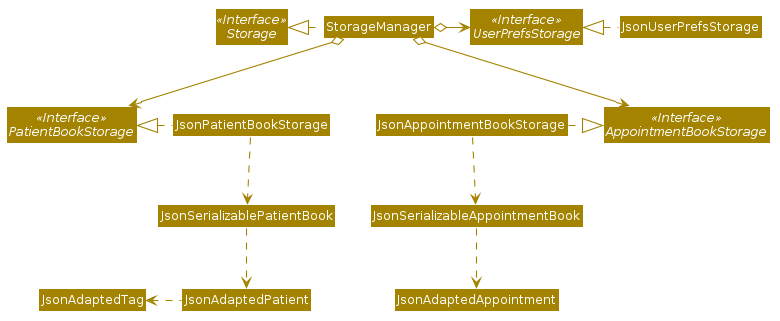
The PlantUML diagram docs/images/StorageClassDiagram.png in xz0127/tp, before a commit. Its diagram source:
```plantuml
@startuml








skinparam BackgroundColor #FFFFFFF

skinparam Shadowing false

skinparam Class {
    FontColor #FFFFFF
    BorderThickness 1
    BorderColor #FFFFFF
    StereotypeFontColor #FFFFFF
    FontName Arial
}

skinparam Actor {
    BorderColor #000000
    Color #000000
    FontName Arial
}

skinparam Sequence {
    MessageAlign center
    BoxFontSize 15
    BoxPadding 0
    BoxFontColor #FFFFFF
    FontName Arial
}

skinparam Participant {
    FontColor #FFFFFFF
    Padding 20
}

skinparam MinClassWidth 50
skinparam ParticipantPadding 10
skinparam Shadowing false
skinparam DefaultTextAlignment center
skinparam packageStyle Rectangle

hide footbox
hide members
hide circle
skinparam arrowThickness 1.1
skinparam arrowColor #A38300
skinparam classBackgroundColor #A38300

Interface Storage <<Interface>>
Interface UserPrefsStorage <<Interface>>
Interface PatientBookStorage <<Interface>>
Interface AppointmentBookStorage <<Interface>>

Class StorageManager
Class JsonUserPrefsStorage
Class JsonPatientBookStorage
Class JsonAppointmentBookStorage

StorageManager .left.|> Storage
StorageManager o-right-> UserPrefsStorage
StorageManager o--> PatientBookStorage
StorageManager o--> AppointmentBookStorage

JsonUserPrefsStorage .left.|> UserPrefsStorage

JsonAppointmentBookStorage .right.|> AppointmentBookStorage
JsonSerializableAppointmentBook .down.> JsonAdaptedAppointment
JsonAppointmentBookStorage .down.> JsonSerializableAppointmentBook

JsonPatientBookStorage .down.> JsonSerializablePatientBook
JsonPatientBookStorage .left.|> PatientBookStorage
JsonSerializablePatientBook .down.> JsonAdaptedPatient
JsonAdaptedPatient .left.> JsonAdaptedTag
@enduml
```
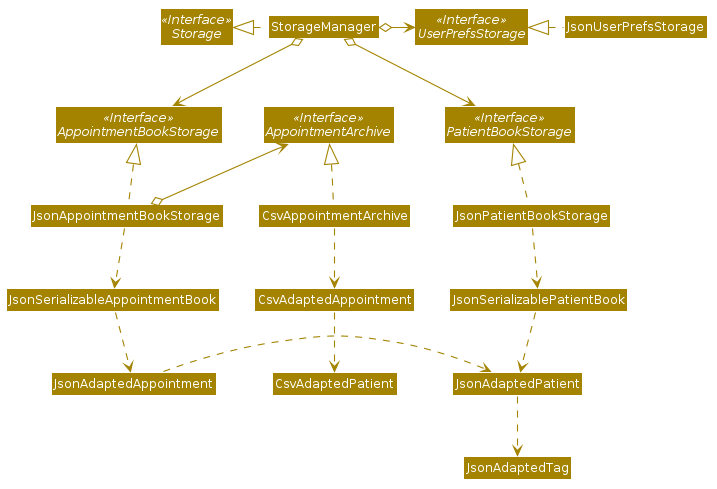
The same diagram one commit later.

Change to the diagram source:
```diff
@@ -55,11 +55,13 @@
 Interface UserPrefsStorage <<Interface>>
 Interface PatientBookStorage <<Interface>>
 Interface AppointmentBookStorage <<Interface>>
+Interface AppointmentArchive <<Interface>>
 
 Class StorageManager
 Class JsonUserPrefsStorage
 Class JsonPatientBookStorage
 Class JsonAppointmentBookStorage
+Class CsvAppointmentArchive
 
 StorageManager .left.|> Storage
 StorageManager o-right-> UserPrefsStorage
@@ -68,12 +70,18 @@
 
 JsonUserPrefsStorage .left.|> UserPrefsStorage
 
-JsonAppointmentBookStorage .right.|> AppointmentBookStorage
-JsonSerializableAppointmentBook .down.> JsonAdaptedAppointment
+JsonPatientBookStorage .up.|> PatientBookStorage
+JsonPatientBookStorage ..> JsonSerializablePatientBook
+JsonSerializablePatientBook .down.> JsonAdaptedPatient
+JsonAdaptedPatient ..> JsonAdaptedTag
+
+JsonAppointmentBookStorage .up.|> AppointmentBookStorage
 JsonAppointmentBookStorage .down.> JsonSerializableAppointmentBook
+JsonSerializableAppointmentBook ..> JsonAdaptedAppointment
+JsonAdaptedAppointment .right.> JsonAdaptedPatient
 
-JsonPatientBookStorage .down.> JsonSerializablePatientBook
-JsonPatientBookStorage .left.|> PatientBookStorage
-JsonSerializablePatientBook .down.> JsonAdaptedPatient
-JsonAdaptedPatient .left.> JsonAdaptedTag
+JsonAppointmentBookStorage o-up-> AppointmentArchive
+CsvAppointmentArchive .up.|> AppointmentArchive
+CsvAppointmentArchive .down.> CsvAdaptedAppointment
+CsvAdaptedAppointment ..> CsvAdaptedPatient
 @enduml
```
